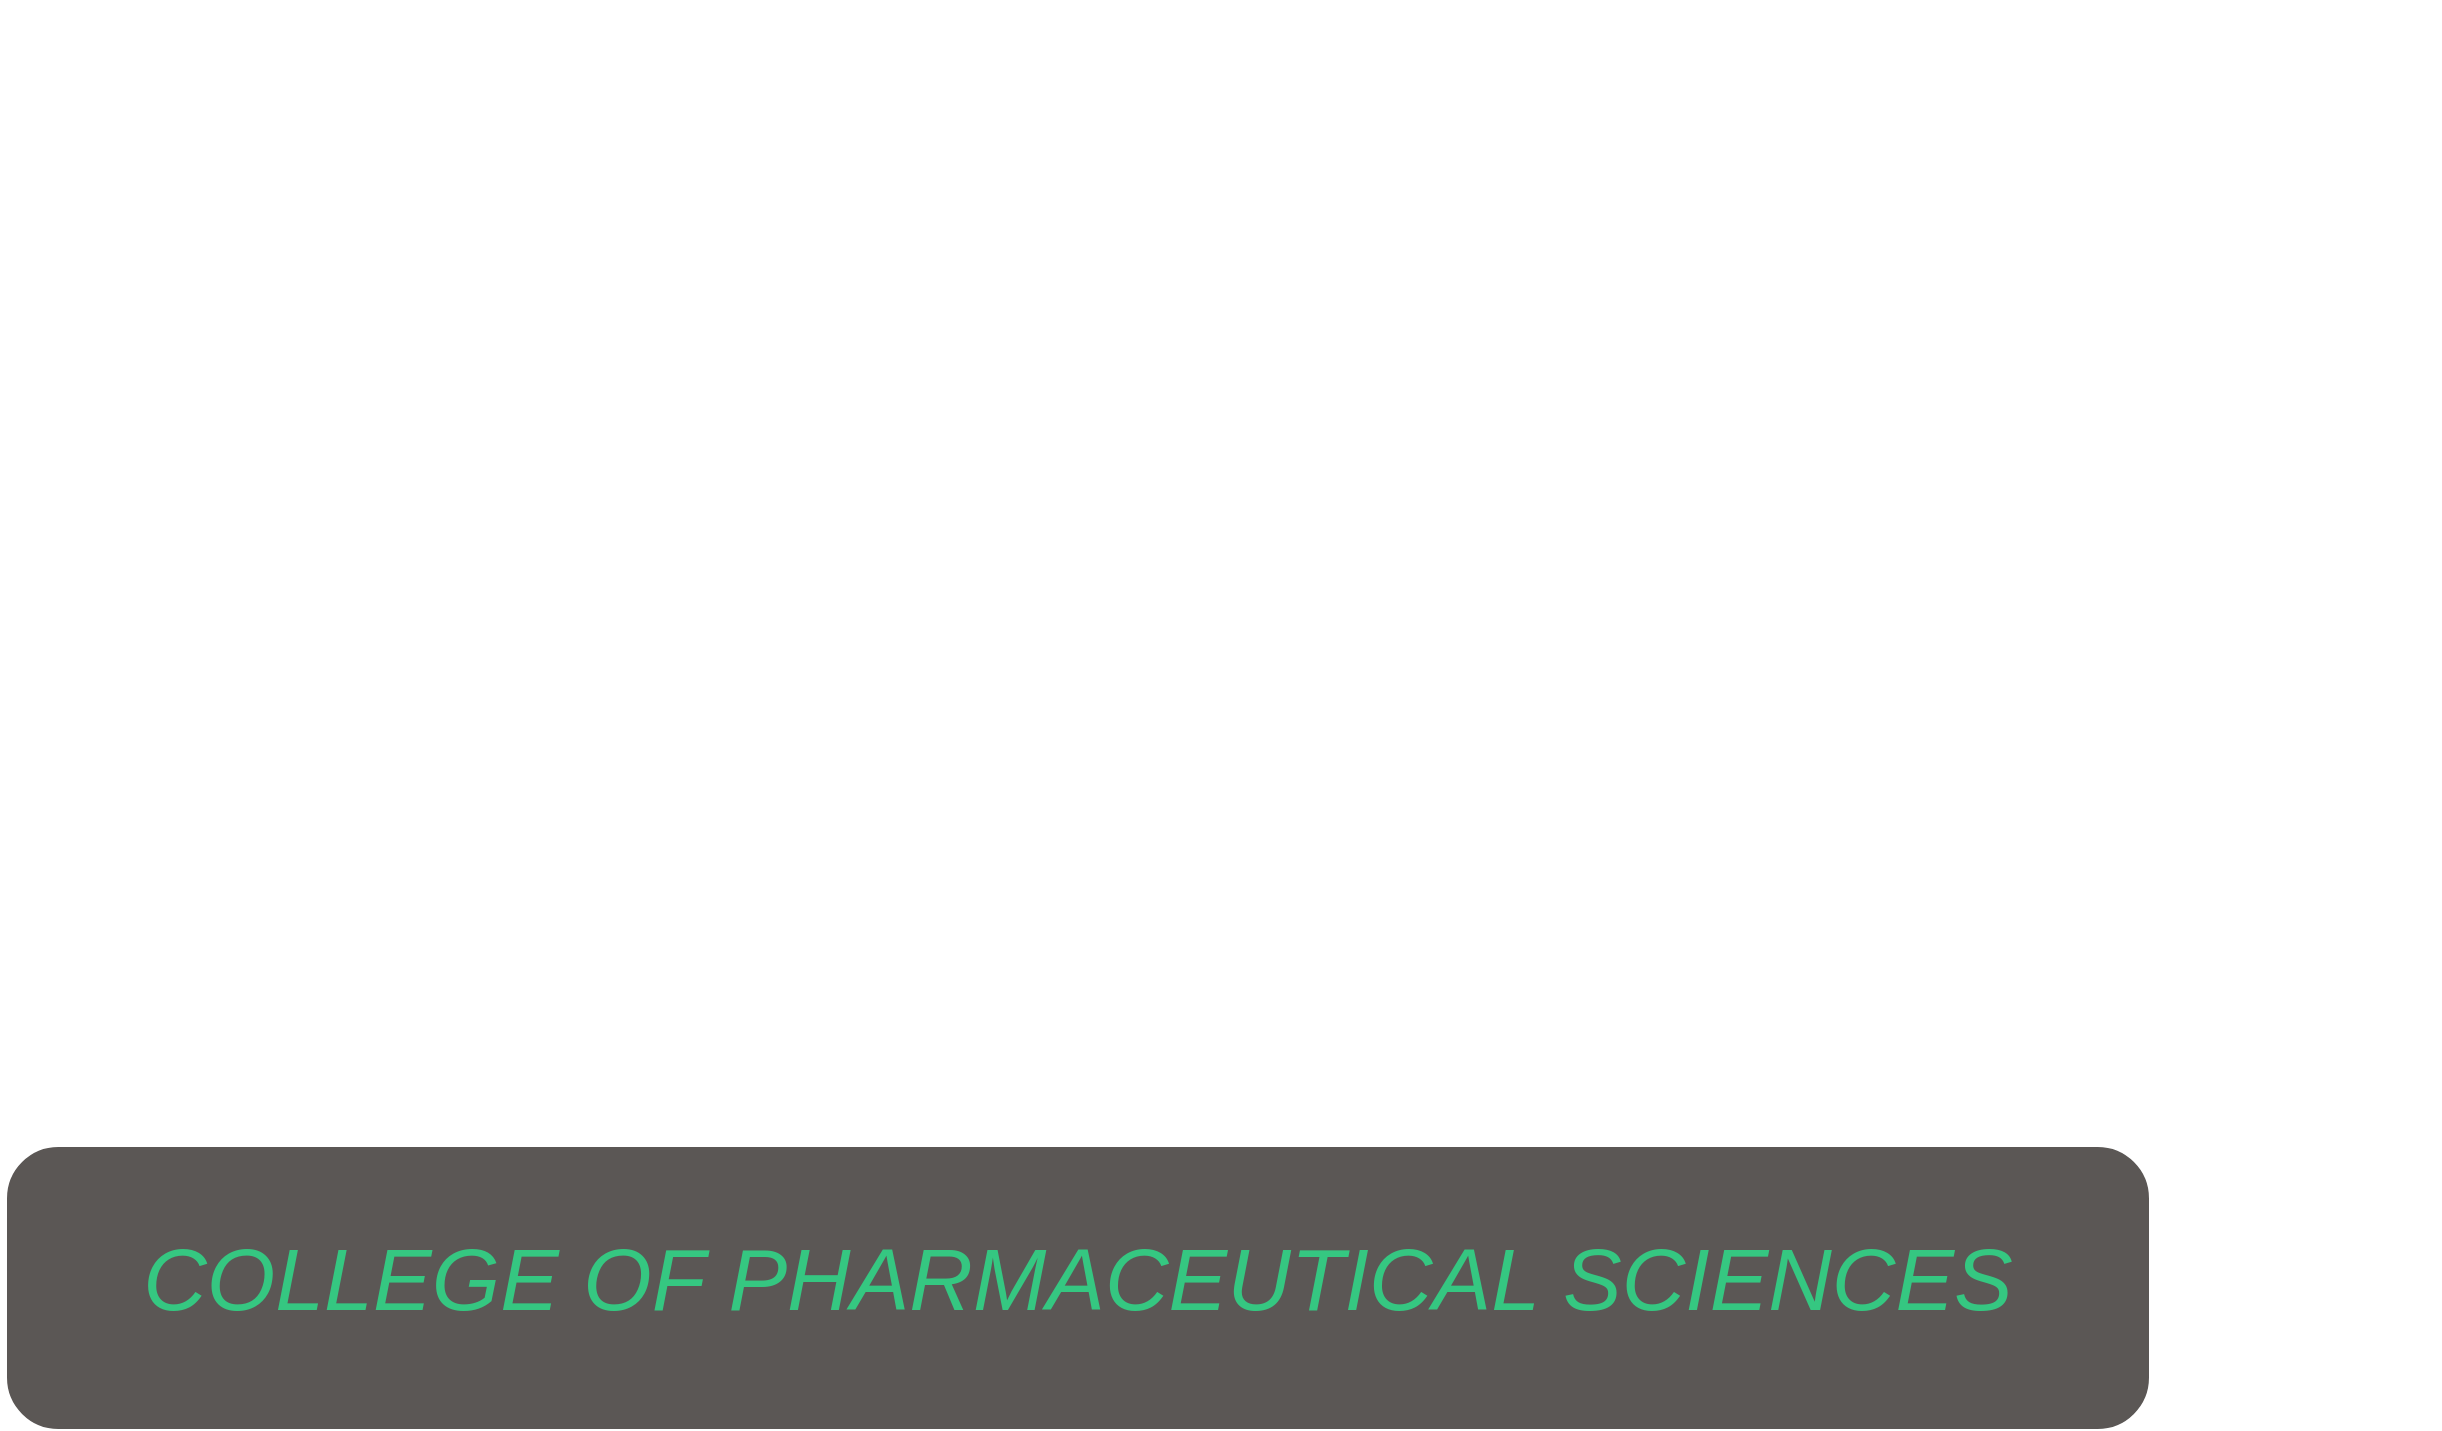
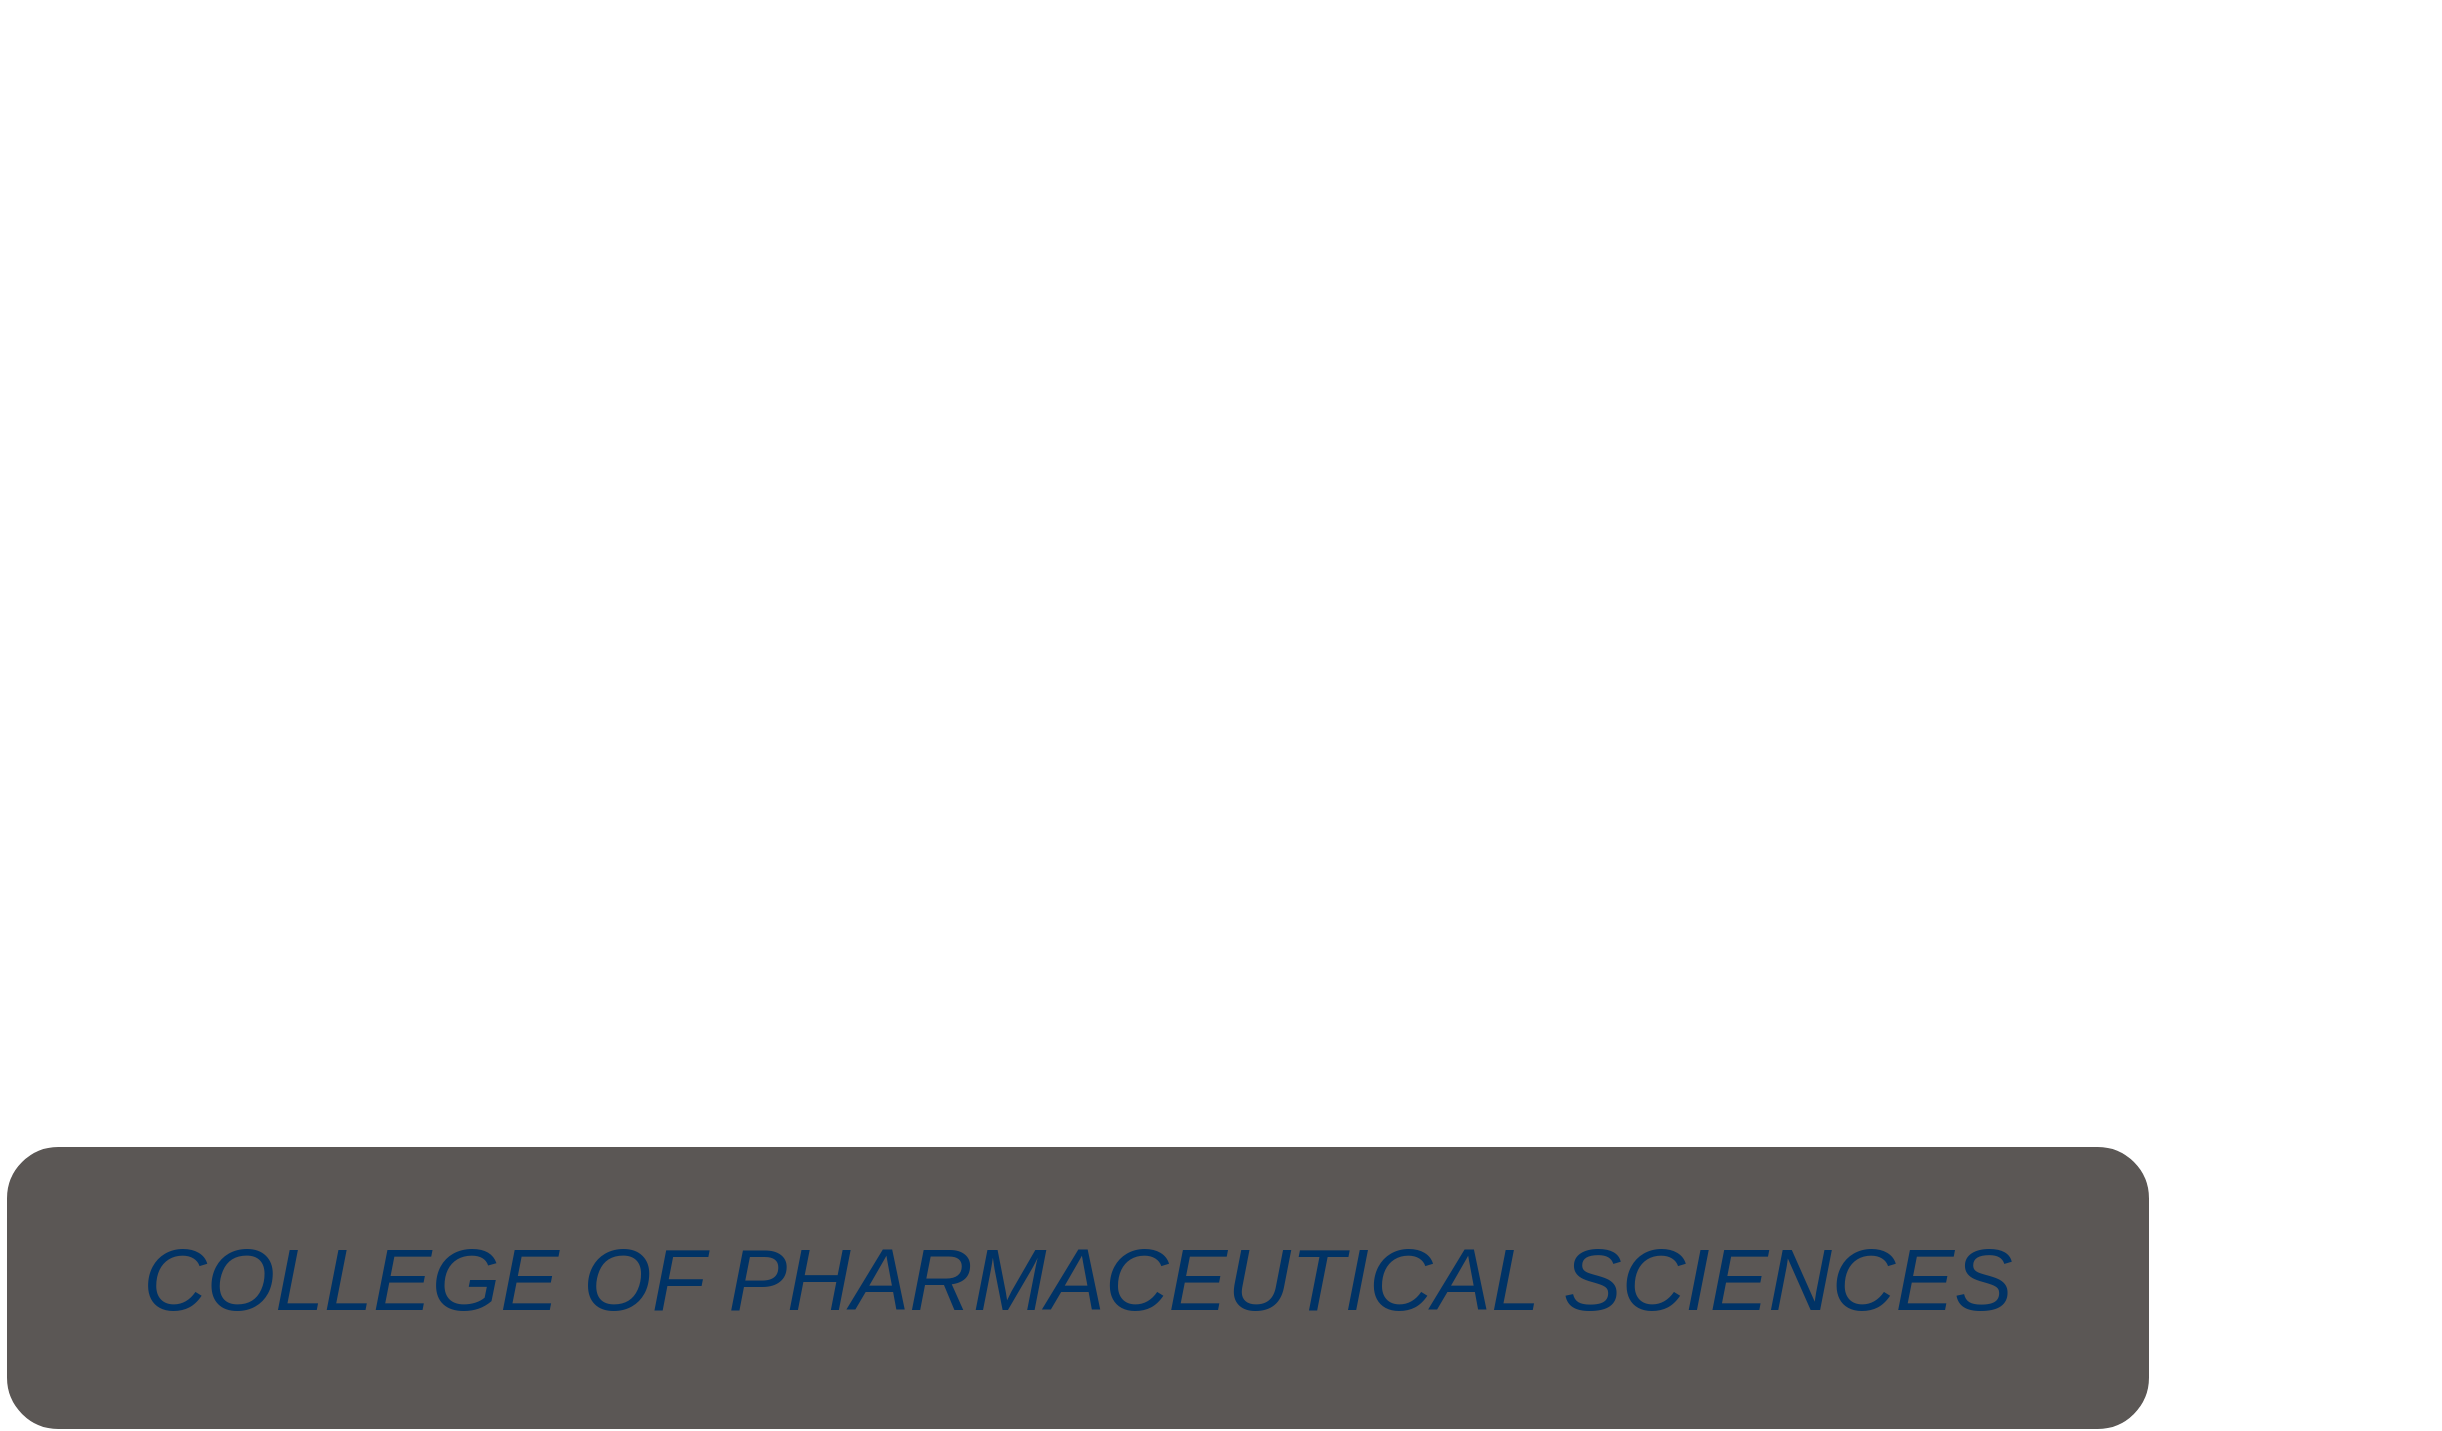
<mxfile host="app.diagrams.net" agent="ChatGPT">
  <diagram id="college-pharma" name="Page-1">
-     <mxGraphModel dx="2060" dy="1246" grid="1" gridSize="10" guides="1" tooltips="1" connect="1" arrows="1" fold="1" page="1" pageScale="1" pageWidth="1920" pageHeight="1080" math="0" shadow="0">
+     <mxGraphModel dx="1288" dy="779" grid="1" gridSize="10" guides="1" tooltips="1" connect="1" arrows="1" fold="1" page="1" pageScale="1" pageWidth="1920" pageHeight="1080" math="0" shadow="0">
      <root>
        <mxCell id="0" />
        <mxCell id="1" parent="0" />
        <mxCell id="7xrKX5QTVDyvf1N4BgC4-2" connectable="0" parent="1" style="group" value="" vertex="1">
          <mxGeometry height="710" width="1210" x="330" y="160" as="geometry" />
        </mxCell>
        <mxCell id="title_cn_top" parent="7xrKX5QTVDyvf1N4BgC4-2" style="text;html=1;strokeColor=none;fillColor=none;align=center;verticalAlign=middle;fontSize=64;fontStyle=1;fontColor=#000000;whiteSpace=wrap;rounded=0;shadow=1;labelBackgroundColor=none;" value="&lt;font style=&quot;font-size: 150px; color: rgb(255, 255, 255);&quot;&gt;金华职业技术大学&lt;/font&gt;" vertex="1">
          <mxGeometry height="220" width="1210" as="geometry" />
        </mxCell>
        <mxCell id="title_cn_bottom" parent="7xrKX5QTVDyvf1N4BgC4-2" style="text;html=1;strokeColor=none;fillColor=none;align=center;verticalAlign=middle;fontSize=120;fontStyle=1;fontColor=#FFFFFF;whiteSpace=wrap;rounded=0;shadow=1;labelBackgroundColor=none;" value="&lt;font style=&quot;font-size: 200px; color: rgb(255, 255, 255);&quot;&gt;制药学院&lt;/font&gt;" vertex="1">
          <mxGeometry height="310" width="810" y="230" as="geometry" />
        </mxCell>
        <mxCell id="7xrKX5QTVDyvf1N4BgC4-1" connectable="0" parent="7xrKX5QTVDyvf1N4BgC4-2" style="group" value="" vertex="1">
          <mxGeometry height="140" width="1070" y="570" as="geometry" />
        </mxCell>
        <mxCell id="english_bg" parent="7xrKX5QTVDyvf1N4BgC4-1" style="rounded=1;arcSize=18;whiteSpace=wrap;html=1;fillColor=#5B5755;strokeColor=#5B5755;shadow=0;" value="" vertex="1">
          <mxGeometry height="140" width="1070" as="geometry" />
        </mxCell>
-         <mxCell id="english_title" parent="7xrKX5QTVDyvf1N4BgC4-1" style="text;html=1;strokeColor=none;fillColor=none;align=center;verticalAlign=middle;fontSize=44;fontStyle=2;fontColor=#35C781;whiteSpace=wrap;rounded=0;" value="COLLEGE OF PHARMACEUTICAL SCIENCES" vertex="1">
+         <mxCell id="english_title" parent="7xrKX5QTVDyvf1N4BgC4-1" style="text;html=1;strokeColor=none;fillColor=none;align=center;verticalAlign=middle;fontSize=44;fontStyle=2;fontColor=#35C781;whiteSpace=wrap;rounded=0;" value="&lt;font style=&quot;color: rgb(0, 51, 102);&quot;&gt;COLLEGE OF PHARMACEUTICAL SCIENCES&lt;/font&gt;" vertex="1">
          <mxGeometry height="66.31578947368422" width="984.4" x="42.8" y="33.15789473684211" as="geometry" />
        </mxCell>
      </root>
    </mxGraphModel>
  </diagram>
</mxfile>
